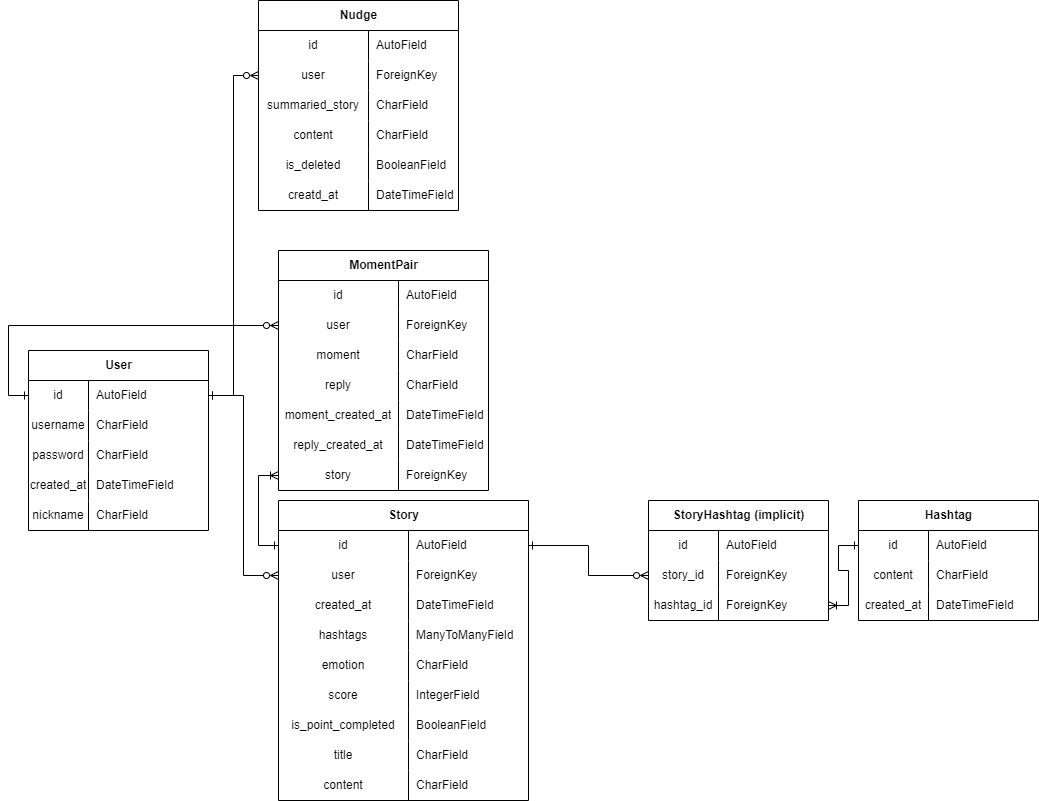
Earlier version of the draw.io export docs/images/er (5).drawio.png (snuhcs-course/swpp-2023-project-team-18). Source tidied: cells renumbered, new cells last; positions are measured from the earlier drawing's top-left corner, leaving out a move shared by most shapes.
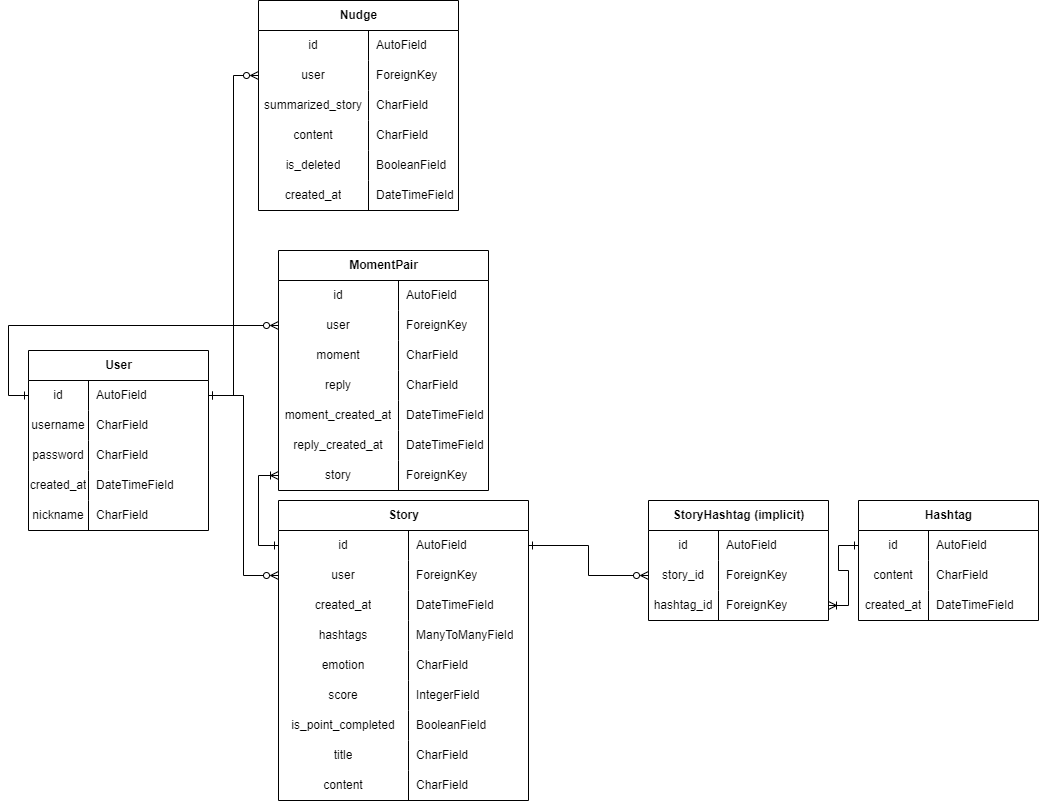
Above is the later version.

Diff of the diagram source:
```diff
@@ -299,7 +299,7 @@
     <mxCell id="100" style="shape=tableRow;horizontal=0;startSize=0;swimlaneHead=0;swimlaneBody=0;fillColor=none;top=0;left=0;right=0;bottom=0;" parent="93" vertex="1">
       <mxGeometry y="90" width="200" height="30" as="geometry" />
     </mxCell>
-    <mxCell id="101" value="summaried_story" style="shape=partialRectangle;fillColor=none;top=0;left=0;bottom=0;right=0;overflow=hidden;whiteSpace=wrap;html=1;" parent="100" vertex="1">
+    <mxCell id="101" value="summarized_story" style="shape=partialRectangle;fillColor=none;top=0;left=0;bottom=0;right=0;overflow=hidden;whiteSpace=wrap;html=1;" parent="100" vertex="1">
       <mxGeometry width="110" height="30" as="geometry" />
     </mxCell>
     <mxCell id="102" value="CharField" style="shape=partialRectangle;fillColor=none;top=0;left=0;bottom=0;right=0;align=left;spacingLeft=6;overflow=hidden;whiteSpace=wrap;html=1;" parent="100" vertex="1">
@@ -326,7 +326,7 @@
     <mxCell id="109" style="shape=tableRow;horizontal=0;startSize=0;swimlaneHead=0;swimlaneBody=0;fillColor=none;top=0;left=0;right=0;bottom=0;" parent="93" vertex="1">
       <mxGeometry y="180" width="200" height="30" as="geometry" />
     </mxCell>
-    <mxCell id="110" value="creatd_at" style="shape=partialRectangle;fillColor=none;top=0;left=0;bottom=0;right=0;overflow=hidden;whiteSpace=wrap;html=1;" parent="109" vertex="1">
+    <mxCell id="110" value="created_at" style="shape=partialRectangle;fillColor=none;top=0;left=0;bottom=0;right=0;overflow=hidden;whiteSpace=wrap;html=1;" parent="109" vertex="1">
       <mxGeometry width="110" height="30" as="geometry" />
     </mxCell>
     <mxCell id="111" value="DateTimeField" style="shape=partialRectangle;fillColor=none;top=0;left=0;bottom=0;right=0;align=left;spacingLeft=6;overflow=hidden;whiteSpace=wrap;html=1;" parent="109" vertex="1">
```
